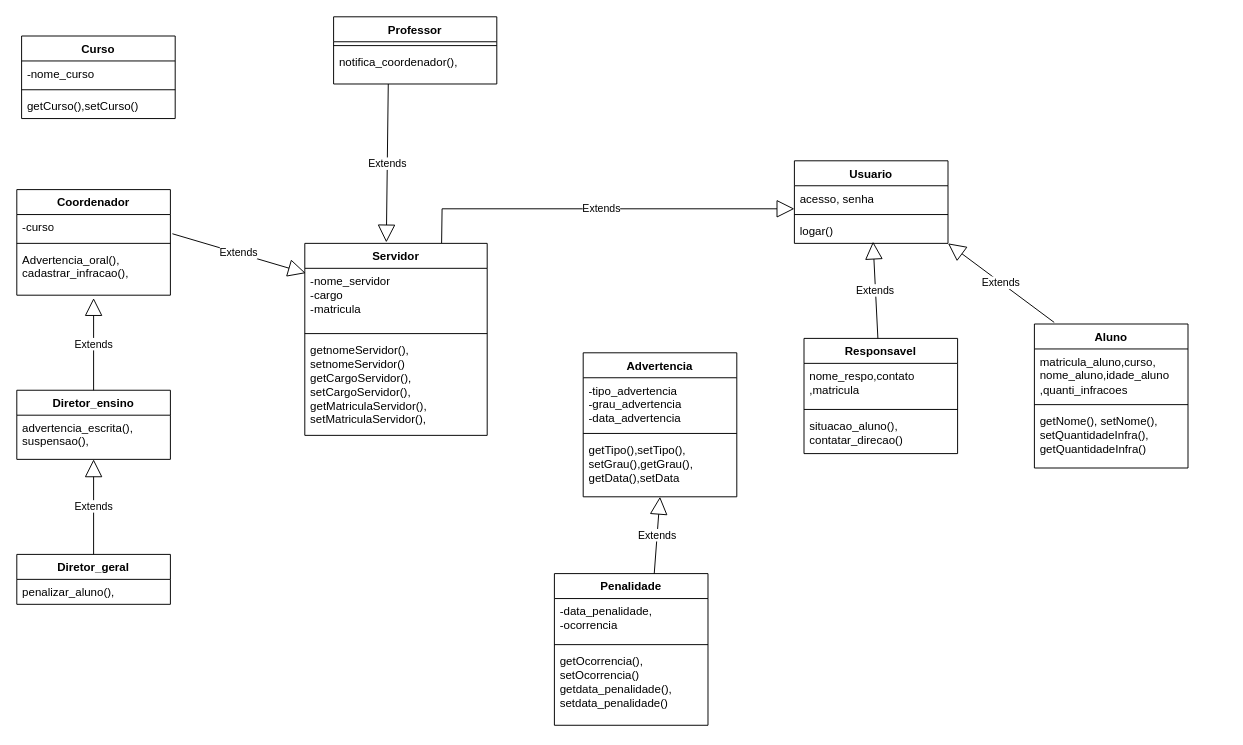
This is identificaçãoclaasesemetodos.drawio from Gringol07/Problema.suap, a draw.io file, before an edit. Source tidied: cells renumbered, new cells numbered last; positions are measured from the earlier drawing's top-left corner, leaving out a move shared by most shapes. Both pictures are drawn from the tidied source at 96%, with x=0, y=0 at pixel (16, 16).
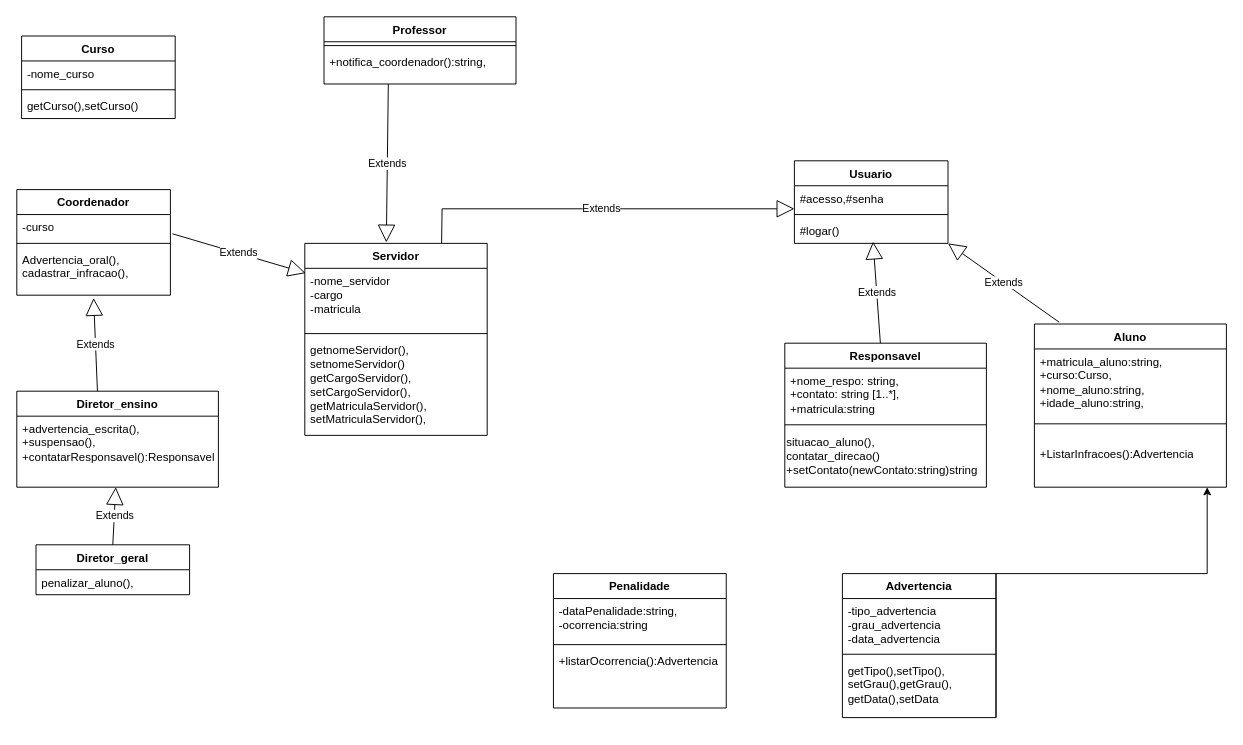
The same diagram, later.

Unchanged cells that the change refers to:
```xml
<mxCell id="14" value="Usuario" style="swimlane;fontStyle=1;align=center;verticalAlign=top;horizontal=1;startSize=26;whiteSpace=wrap;html=1;" parent="1" vertex="1">
  <mxGeometry x="810" y="150" width="160" height="86" as="geometry" />
</mxCell>
```

Change to the diagram source:
```diff
@@
     <mxCell id="2" value="Responsavel" style="swimlane;fontStyle=1;align=center;verticalAlign=top;horizontal=1;startSize=26;whiteSpace=wrap;html=1;" parent="1" vertex="1">
-      <mxGeometry x="820" y="335" width="160" height="120" as="geometry" />
+      <mxGeometry x="800" y="340" width="210" height="150" as="geometry" />
     </mxCell>
-    <mxCell id="3" value="&lt;div&gt;nome_respo,contato&lt;/div&gt;&lt;div&gt;,matricula&lt;/div&gt;" style="text;strokeColor=none;fillColor=none;align=left;verticalAlign=top;spacingLeft=4;spacingRight=4;overflow=hidden;whiteSpace=wrap;html=1;" parent="2" vertex="1">
-      <mxGeometry y="26" width="160" height="44" as="geometry" />
+    <mxCell id="3" value="&lt;div&gt;+nome_respo: string,&lt;/div&gt;&lt;div&gt;+contato: string [1..*],&lt;/div&gt;&lt;div&gt;+matricula:string&lt;/div&gt;" style="text;strokeColor=none;fillColor=none;align=left;verticalAlign=top;spacingLeft=4;spacingRight=4;overflow=hidden;whiteSpace=wrap;html=1;" parent="2" vertex="1">
+      <mxGeometry y="26" width="210" height="54" as="geometry" />
     </mxCell>
     <mxCell id="4" style="line;strokeWidth=1;fillColor=none;align=left;verticalAlign=middle;spacingTop=-1;spacingLeft=3;spacingRight=3;labelPosition=right;strokeColor=inherit;" parent="2" vertex="1">
-      <mxGeometry y="70" width="160" height="8" as="geometry" />
+      <mxGeometry y="80" width="210" height="10" as="geometry" />
     </mxCell>
-    <mxCell id="5" value="&lt;div&gt;situacao_aluno(),&lt;/div&gt;&lt;div&gt;contatar_direcao()&lt;/div&gt;" style="text;strokeColor=none;fillColor=none;align=left;verticalAlign=top;spacingLeft=4;spacingRight=4;overflow=hidden;whiteSpace=wrap;html=1;" parent="2" vertex="1">
-      <mxGeometry y="78" width="160" height="42" as="geometry" />
-    </mxCell>
+    <mxCell id="49" value="&lt;div&gt;situacao_aluno(),&lt;/div&gt;&lt;div&gt;contatar_direcao()&lt;/div&gt;&lt;div&gt;+setContato(newContato:string)string&lt;/div&gt;&lt;div&gt;&lt;br&gt;&lt;/div&gt;" style="text;whiteSpace=wrap;html=1;" parent="2" vertex="1">
+      <mxGeometry y="90" width="210" height="60" as="geometry" />
+    </mxCell>
     <mxCell id="6" value="&lt;div&gt;Penalidade&lt;/div&gt;" style="swimlane;fontStyle=1;align=center;verticalAlign=top;horizontal=1;startSize=26;whiteSpace=wrap;html=1;" parent="1" vertex="1">
-      <mxGeometry x="560" y="580" width="160" height="158" as="geometry" />
+      <mxGeometry x="559" y="580" width="180" height="140" as="geometry" />
     </mxCell>
-    <mxCell id="7" value="&lt;div&gt;-data_penalidade,&lt;/div&gt;&lt;div&gt;-ocorrencia&lt;/div&gt;" style="text;strokeColor=none;fillColor=none;align=left;verticalAlign=top;spacingLeft=4;spacingRight=4;overflow=hidden;whiteSpace=wrap;html=1;" parent="6" vertex="1">
-      <mxGeometry y="26" width="160" height="44" as="geometry" />
+    <mxCell id="7" value="&lt;div&gt;-dataPenalidade:string,&lt;/div&gt;&lt;div&gt;-ocorrencia:string&lt;/div&gt;" style="text;strokeColor=none;fillColor=none;align=left;verticalAlign=top;spacingLeft=4;spacingRight=4;overflow=hidden;whiteSpace=wrap;html=1;" parent="6" vertex="1">
+      <mxGeometry y="26" width="180" height="44" as="geometry" />
     </mxCell>
     <mxCell id="8" style="line;strokeWidth=1;fillColor=none;align=left;verticalAlign=middle;spacingTop=-1;spacingLeft=3;spacingRight=3;labelPosition=right;strokeColor=inherit;" parent="6" vertex="1">
-      <mxGeometry y="70" width="160" height="8" as="geometry" />
+      <mxGeometry y="70" width="180" height="8" as="geometry" />
     </mxCell>
-    <mxCell id="9" value="&lt;div&gt;getOcorrencia(),&lt;/div&gt;&lt;div&gt;setOcorrencia()&lt;/div&gt;&lt;div&gt;&lt;div&gt;getdata_penalidade(),&lt;/div&gt;&lt;div&gt;setdata_penalidade()&lt;/div&gt;&lt;br&gt;&lt;/div&gt;" style="text;strokeColor=none;fillColor=none;align=left;verticalAlign=top;spacingLeft=4;spacingRight=4;overflow=hidden;whiteSpace=wrap;html=1;" parent="6" vertex="1">
-      <mxGeometry y="78" width="160" height="80" as="geometry" />
+    <mxCell id="9" value="+listarOcorrencia():Advertencia" style="text;strokeColor=none;fillColor=none;align=left;verticalAlign=top;spacingLeft=4;spacingRight=4;overflow=hidden;whiteSpace=wrap;html=1;" parent="6" vertex="1">
+      <mxGeometry y="78" width="180" height="62" as="geometry" />
     </mxCell>
     <mxCell id="10" value="Aluno" style="swimlane;fontStyle=1;align=center;verticalAlign=top;horizontal=1;startSize=26;whiteSpace=wrap;html=1;" parent="1" vertex="1">
-      <mxGeometry x="1060" y="320" width="160" height="150" as="geometry" />
+      <mxGeometry x="1060" y="320" width="200" height="170" as="geometry" />
     </mxCell>
-    <mxCell id="11" value="&lt;div&gt;matricula_aluno,curso,&lt;/div&gt;&lt;div&gt;nome_aluno,idade_aluno&lt;/div&gt;,quanti_infracoes" style="text;strokeColor=none;fillColor=none;align=left;verticalAlign=top;spacingLeft=4;spacingRight=4;overflow=hidden;whiteSpace=wrap;html=1;" parent="10" vertex="1">
-      <mxGeometry y="26" width="160" height="54" as="geometry" />
+    <mxCell id="11" value="&lt;div&gt;+matricula_aluno:string,&lt;/div&gt;&lt;div&gt;+curso:Curso,&lt;/div&gt;&lt;div&gt;+nome_aluno:string,&lt;/div&gt;&lt;div&gt;+idade_aluno:string,&lt;/div&gt;" style="text;strokeColor=none;fillColor=none;align=left;verticalAlign=top;spacingLeft=4;spacingRight=4;overflow=hidden;whiteSpace=wrap;html=1;" parent="10" vertex="1">
+      <mxGeometry y="26" width="200" height="74" as="geometry" />
     </mxCell>
     <mxCell id="12" style="line;strokeWidth=1;fillColor=none;align=left;verticalAlign=middle;spacingTop=-1;spacingLeft=3;spacingRight=3;labelPosition=right;strokeColor=inherit;" parent="10" vertex="1">
-      <mxGeometry y="80" width="160" height="8" as="geometry" />
+      <mxGeometry y="100" width="200" height="8" as="geometry" />
     </mxCell>
-    <mxCell id="13" value="&lt;div&gt;getNome(), setNome(),&lt;/div&gt;&lt;div&gt;setQuantidadeInfra(),&lt;/div&gt;&lt;div&gt;getQuantidadeInfra()&lt;/div&gt;" style="text;strokeColor=none;fillColor=none;align=left;verticalAlign=top;spacingLeft=4;spacingRight=4;overflow=hidden;points=[[0,0.5],[1,0.5]];portConstraint=eastwest;whiteSpace=wrap;html=1;" parent="10" vertex="1">
-      <mxGeometry y="88" width="160" height="62" as="geometry" />
+    <mxCell id="13" value="&lt;br&gt;&lt;div&gt;+ListarInfracoes():Advertencia&lt;/div&gt;" style="text;strokeColor=none;fillColor=none;align=left;verticalAlign=top;spacingLeft=4;spacingRight=4;overflow=hidden;points=[[0,0.5],[1,0.5]];portConstraint=eastwest;whiteSpace=wrap;html=1;" parent="10" vertex="1">
+      <mxGeometry y="108" width="200" height="62" as="geometry" />
     </mxCell>
@@
-    <mxCell id="15" value="acesso, senha" style="text;strokeColor=none;fillColor=none;align=left;verticalAlign=top;spacingLeft=4;spacingRight=4;overflow=hidden;points=[[0,0.5],[1,0.5]];portConstraint=eastwest;whiteSpace=wrap;html=1;" parent="14" vertex="1">
+    <mxCell id="15" value="#acesso,#senha" style="text;strokeColor=none;fillColor=none;align=left;verticalAlign=top;spacingLeft=4;spacingRight=4;overflow=hidden;points=[[0,0.5],[1,0.5]];portConstraint=eastwest;whiteSpace=wrap;html=1;" parent="14" vertex="1">
       <mxGeometry y="26" width="160" height="26" as="geometry" />
     </mxCell>
@@
-    <mxCell id="17" value="logar()" style="text;strokeColor=none;fillColor=none;align=left;verticalAlign=top;spacingLeft=4;spacingRight=4;overflow=hidden;points=[[0,0.5],[1,0.5]];portConstraint=eastwest;whiteSpace=wrap;html=1;" parent="14" vertex="1">
+    <mxCell id="17" value="#logar()" style="text;strokeColor=none;fillColor=none;align=left;verticalAlign=top;spacingLeft=4;spacingRight=4;overflow=hidden;points=[[0,0.5],[1,0.5]];portConstraint=eastwest;whiteSpace=wrap;html=1;" parent="14" vertex="1">
       <mxGeometry y="60" width="160" height="26" as="geometry" />
     </mxCell>
@@
     <mxCell id="22" value="Advertencia" style="swimlane;fontStyle=1;align=center;verticalAlign=top;horizontal=1;startSize=26;whiteSpace=wrap;html=1;" parent="1" vertex="1">
-      <mxGeometry x="590" y="350" width="160" height="150" as="geometry" />
+      <mxGeometry x="860" y="580" width="160" height="150" as="geometry" />
     </mxCell>
@@
-    <mxCell id="33" value="Extends" style="endArrow=block;endSize=16;endFill=0;html=1;rounded=0;exitX=0.65;exitY=0;exitDx=0;exitDy=0;exitPerimeter=0;entryX=0.5;entryY=1;entryDx=0;entryDy=0;" parent="1" edge="1" source="6" target="22">
-      <mxGeometry relative="1" as="geometry" />
-    </mxCell>
     <mxCell id="34" value="Diretor_geral" style="swimlane;fontStyle=1;align=center;verticalAlign=top;horizontal=1;startSize=26;whiteSpace=wrap;html=1;" parent="1" vertex="1">
-      <mxGeometry y="560" width="160" height="52" as="geometry" />
+      <mxGeometry x="20" y="550" width="160" height="52" as="geometry" />
     </mxCell>
@@
     <mxCell id="41" value="Professor" style="swimlane;fontStyle=1;align=center;verticalAlign=top;horizontal=1;startSize=26;whiteSpace=wrap;html=1;" parent="1" vertex="1">
-      <mxGeometry x="330" width="170" height="70" as="geometry" />
+      <mxGeometry x="320" width="200" height="70" as="geometry" />
     </mxCell>
     <mxCell id="42" style="line;strokeWidth=1;fillColor=none;align=left;verticalAlign=middle;spacingTop=-1;spacingLeft=3;spacingRight=3;labelPosition=right;strokeColor=inherit;" parent="41" vertex="1">
-      <mxGeometry y="26" width="170" height="8" as="geometry" />
+      <mxGeometry y="26" width="200" height="8" as="geometry" />
     </mxCell>
-    <mxCell id="43" value="&lt;div&gt;notifica_coordenador(),&lt;/div&gt;" style="text;strokeColor=none;fillColor=none;align=left;verticalAlign=top;spacingLeft=4;spacingRight=4;overflow=hidden;points=[[0,0.5],[1,0.5]];portConstraint=eastwest;whiteSpace=wrap;html=1;" parent="41" vertex="1">
-      <mxGeometry y="34" width="170" height="36" as="geometry" />
+    <mxCell id="43" value="&lt;div&gt;+notifica_coordenador():string,&lt;/div&gt;" style="text;strokeColor=none;fillColor=none;align=left;verticalAlign=top;spacingLeft=4;spacingRight=4;overflow=hidden;points=[[0,0.5],[1,0.5]];portConstraint=eastwest;whiteSpace=wrap;html=1;" parent="41" vertex="1">
+      <mxGeometry y="34" width="200" height="36" as="geometry" />
     </mxCell>
     <mxCell id="44" value="Diretor_ensino" style="swimlane;fontStyle=1;align=center;verticalAlign=top;horizontal=1;startSize=26;whiteSpace=wrap;html=1;" parent="1" vertex="1">
-      <mxGeometry y="389" width="160" height="72" as="geometry" />
+      <mxGeometry y="390" width="210" height="100" as="geometry" />
     </mxCell>
-    <mxCell id="45" value="&lt;div&gt;advertencia_escrita(),&lt;/div&gt;&lt;div&gt;suspensao(),&lt;/div&gt;" style="text;strokeColor=none;fillColor=none;align=left;verticalAlign=top;spacingLeft=4;spacingRight=4;overflow=hidden;points=[[0,0.5],[1,0.5]];portConstraint=eastwest;whiteSpace=wrap;html=1;" parent="44" vertex="1">
-      <mxGeometry y="26" width="160" height="46" as="geometry" />
+    <mxCell id="45" value="&lt;div&gt;+advertencia_escrita(),&lt;/div&gt;&lt;div&gt;+suspensao(),&lt;/div&gt;&lt;div&gt;+contatarResponsavel():Responsavel&lt;/div&gt;" style="text;strokeColor=none;fillColor=none;align=left;verticalAlign=top;spacingLeft=4;spacingRight=4;overflow=hidden;points=[[0,0.5],[1,0.5]];portConstraint=eastwest;whiteSpace=wrap;html=1;" parent="44" vertex="1">
+      <mxGeometry y="26" width="210" height="74" as="geometry" />
     </mxCell>
@@
-    <mxCell id="47" value="Extends" style="endArrow=block;endSize=16;endFill=0;html=1;rounded=0;exitX=0.5;exitY=0;exitDx=0;exitDy=0;" parent="1" edge="1" source="44">
+    <mxCell id="47" value="Extends" style="endArrow=block;endSize=16;endFill=0;html=1;rounded=0;exitX=0.4;exitY=0;exitDx=0;exitDy=0;exitPerimeter=0;" parent="1" edge="1" source="44">
       <mxGeometry relative="1" as="geometry">
         <mxPoint x="80" y="293" as="targetPoint" />
       </mxGeometry>
     </mxCell>
@@
+    <mxCell id="50" style="edgeStyle=orthogonalEdgeStyle;rounded=0;jettySize=auto;html=1;exitX=1;exitY=1;exitDx=0;exitDy=0;entryX=0.9;entryY=1;entryDx=0;entryDy=0;entryPerimeter=0;" parent="1" edge="1" source="22" target="13">
+      <mxGeometry relative="1" as="geometry">
+        <Array as="points">
+          <mxPoint x="1020" y="580" />
+          <mxPoint x="1240" y="580" />
+        </Array>
+      </mxGeometry>
+    </mxCell>
```
